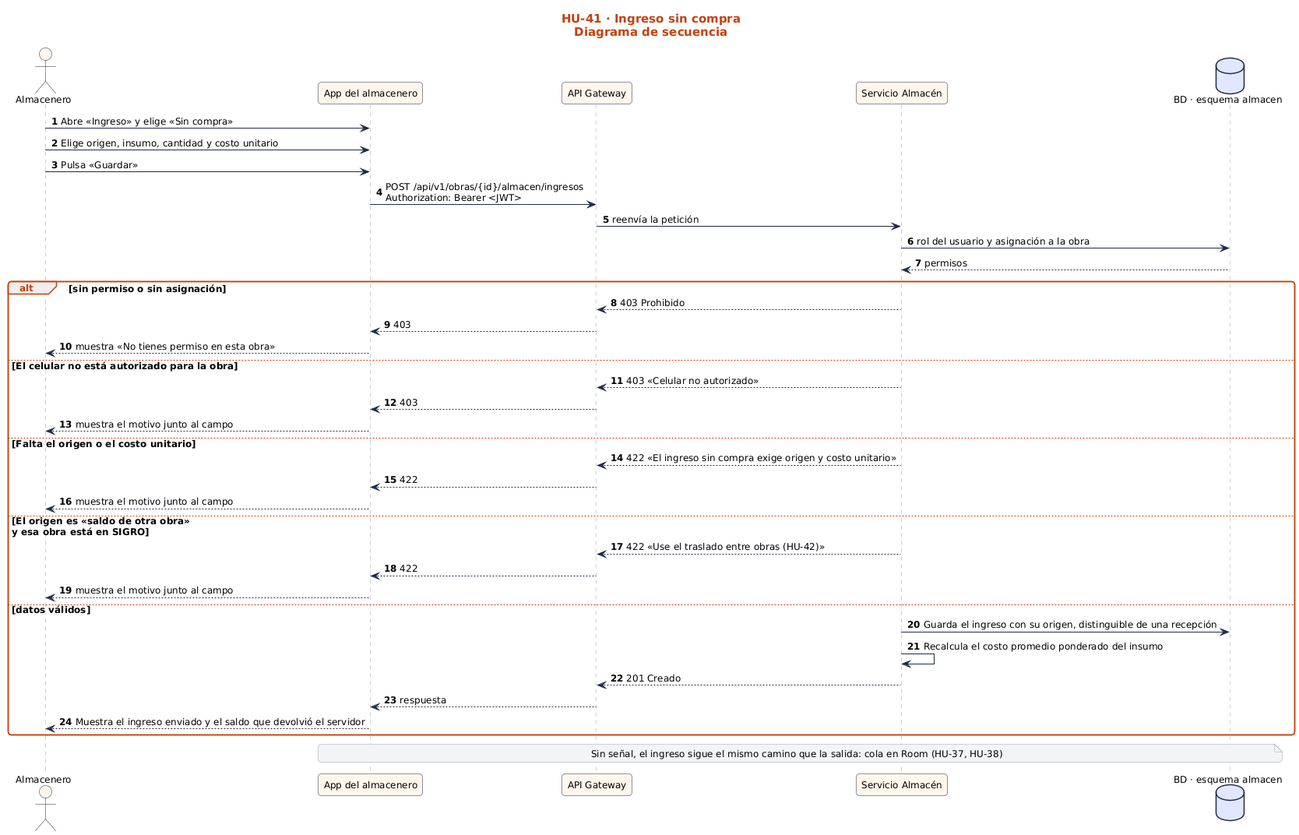
nandoestebanif/sevens-sigro keeps this PlantUML diagram as docs/sprint-2/diagramas-hu/hu-41-ingreso-sin-compra/secuencia.png. Above is the earlier version.
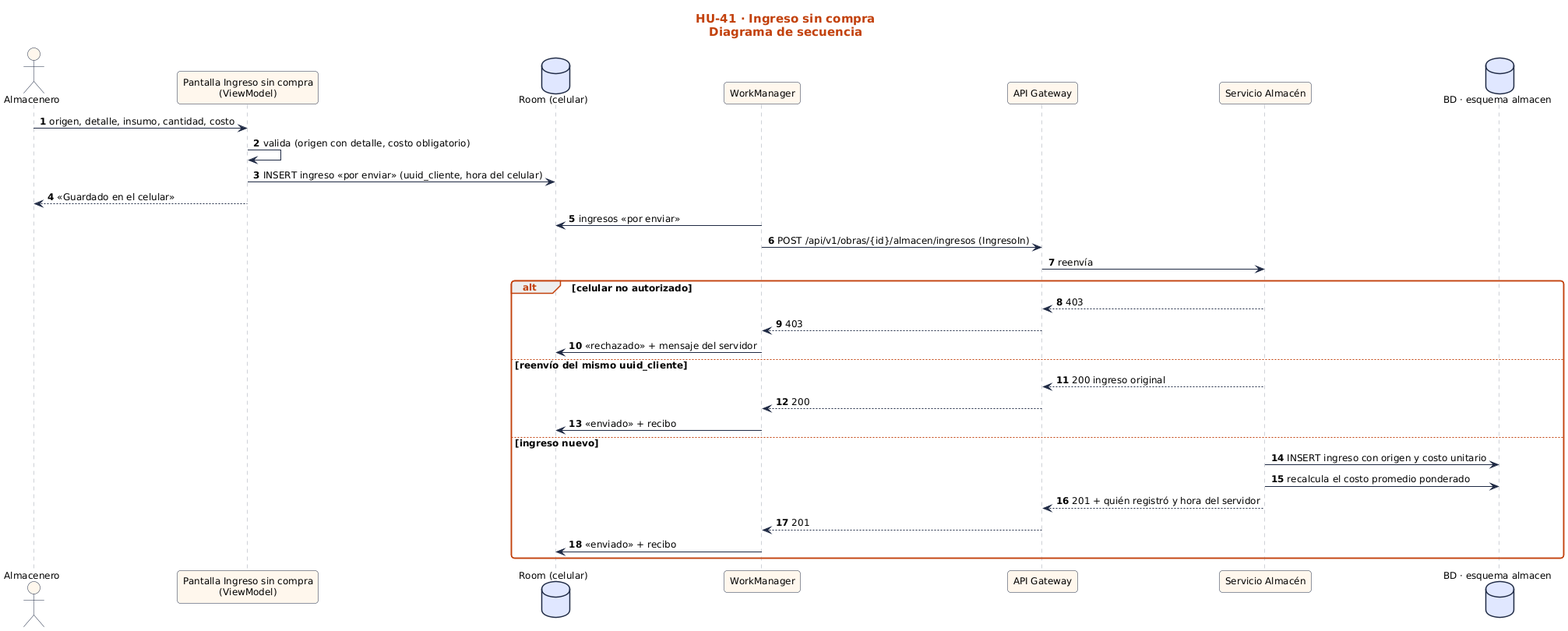
After the commit.

Commit message:
docs(HU-41): diagramas de actividades y secuencia según el código de la app

Diff of the diagram source:
```diff
@@ -3,39 +3,32 @@
 title HU-41 · Ingreso sin compra\nDiagrama de secuencia
 autonumber
 actor "Almacenero" as U
-participant "App del almacenero" as UI
+participant "Pantalla Ingreso sin compra\n(ViewModel)" as UI
+database "Room (celular)" as RM
+participant "WorkManager" as WM
 participant "API Gateway" as GW
-participant "Servicio Almacén" as S
+participant "Servicio Almacén" as SA
 database "BD · esquema almacen" as BD
-U -> UI : Abre «Ingreso» y elige «Sin compra»
-U -> UI : Elige origen, insumo, cantidad y costo unitario
-U -> UI : Pulsa «Guardar»
-UI -> GW : POST /api/v1/obras/{id}/almacen/ingresos\nAuthorization: Bearer <JWT>
-GW -> S : reenvía la petición
-S -> BD : rol del usuario y asignación a la obra
-BD --> S : permisos
-alt sin permiso o sin asignación
-  S --> GW : 403 Prohibido
-  GW --> UI : 403
-  UI --> U : muestra «No tienes permiso en esta obra»
-else El celular no está autorizado para la obra
-  S --> GW : 403 «Celular no autorizado»
-  GW --> UI : 403
-  UI --> U : muestra el motivo junto al campo
-else Falta el origen o el costo unitario
-  S --> GW : 422 «El ingreso sin compra exige origen y costo unitario»
-  GW --> UI : 422
-  UI --> U : muestra el motivo junto al campo
-else El origen es «saldo de otra obra»\ny esa obra está en SIGRO
-  S --> GW : 422 «Use el traslado entre obras (HU-42)»
-  GW --> UI : 422
-  UI --> U : muestra el motivo junto al campo
-else datos válidos
-  S -> BD : Guarda el ingreso con su origen, distinguible de una recepción
-  S -> S : Recalcula el costo promedio ponderado del insumo
-  S --> GW : 201 Creado
-  GW --> UI : respuesta
-  UI --> U : Muestra el ingreso enviado y el saldo que devolvió el servidor
+U -> UI : origen, detalle, insumo, cantidad, costo
+UI -> UI : valida (origen con detalle, costo obligatorio)
+UI -> RM : INSERT ingreso «por enviar» (uuid_cliente, hora del celular)
+UI --> U : «Guardado en el celular»
+WM -> RM : ingresos «por enviar»
+WM -> GW : POST /api/v1/obras/{id}/almacen/ingresos (IngresoIn)
+GW -> SA : reenvía
+alt celular no autorizado
+  SA --> GW : 403
+  GW --> WM : 403
+  WM -> RM : «rechazado» + mensaje del servidor
+else reenvío del mismo uuid_cliente
+  SA --> GW : 200 ingreso original
+  GW --> WM : 200
+  WM -> RM : «enviado» + recibo
+else ingreso nuevo
+  SA -> BD : INSERT ingreso con origen y costo unitario
+  SA -> BD : recalcula el costo promedio ponderado
+  SA --> GW : 201 + quién registró y hora del servidor
+  GW --> WM : 201
+  WM -> RM : «enviado» + recibo
 end
-note over UI, BD : Sin señal, el ingreso sigue el mismo camino que la salida: cola en Room (HU-37, HU-38)
 @enduml
```
